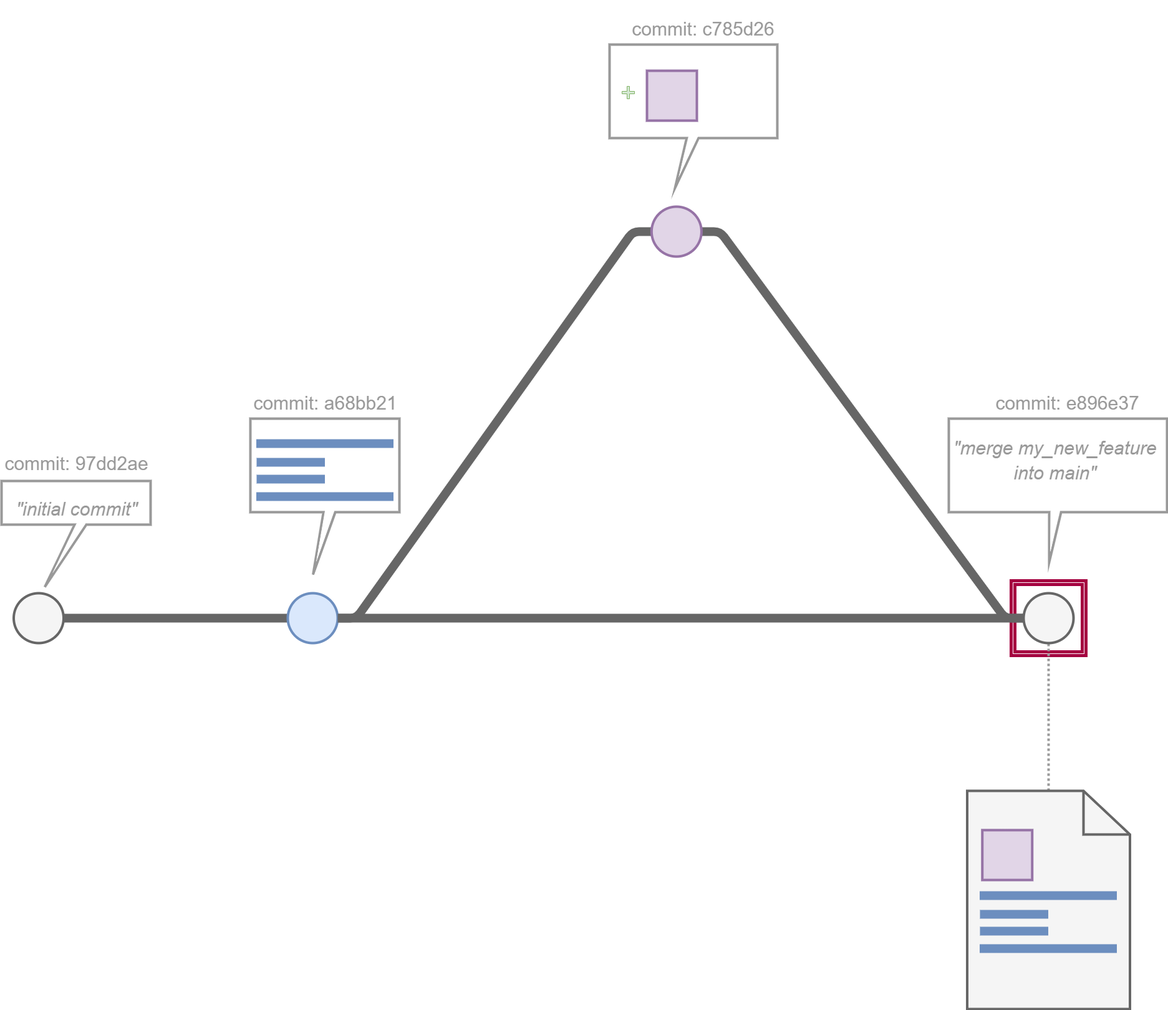
Earlier version of the draw.io export img/merge_diagram.drawio.png (SheCodesAus/what_is_git). Source tidied: cells renumbered, new cells last; positions are measured from the earlier drawing's top-left corner, leaving out a move shared by most shapes.
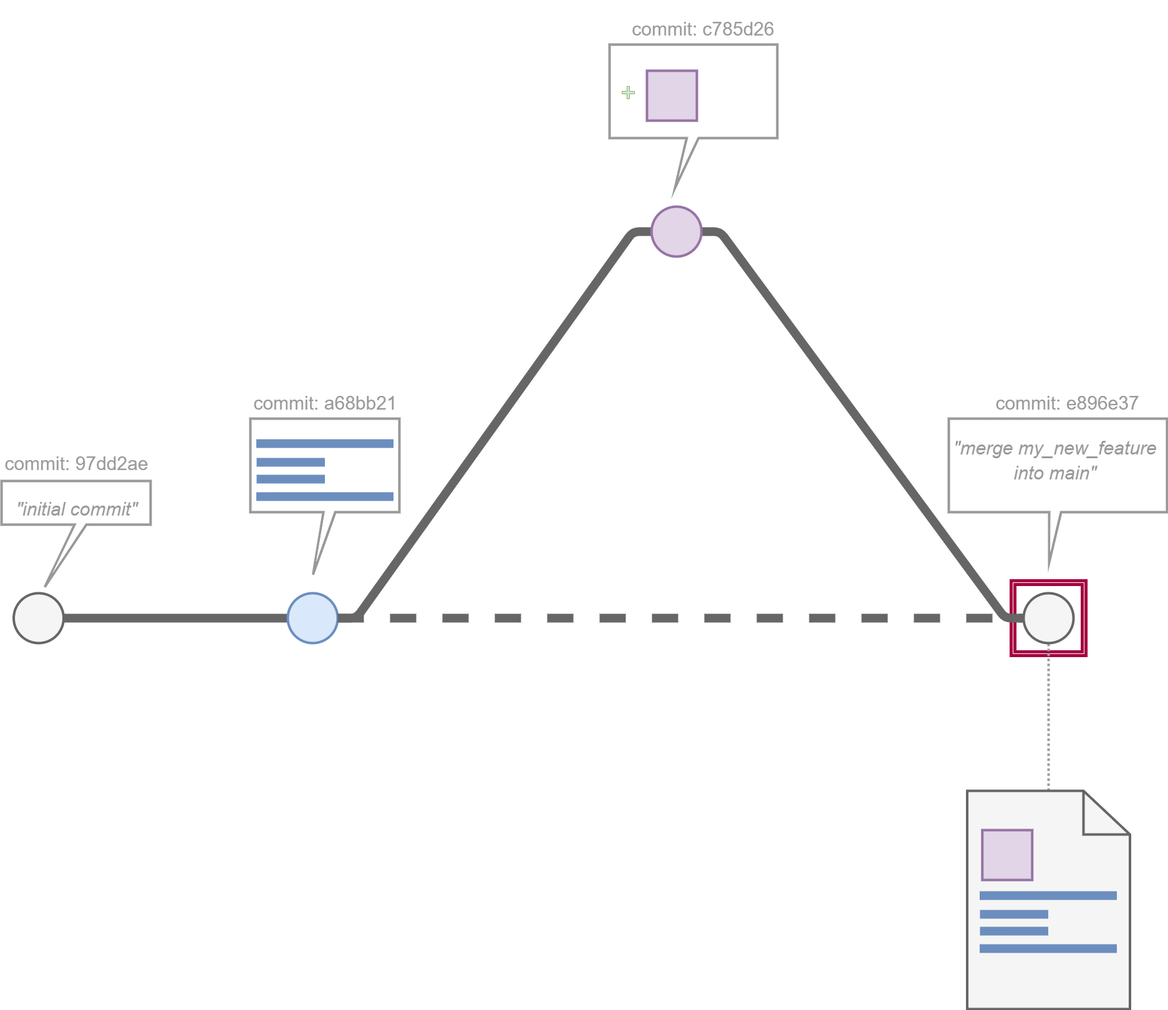
The same diagram one commit later.

Diff of the diagram source:
```diff
@@ -32,7 +32,7 @@
     <mxCell id="11" style="ellipse;whiteSpace=wrap;html=1;strokeWidth=4;fillColor=#dae8fc;strokeColor=#6c8ebf;" parent="1" vertex="1">
       <mxGeometry x="459" y="940" width="80" height="80" as="geometry" />
     </mxCell>
-    <mxCell id="12" style="endArrow=none;html=1;strokeWidth=14;strokeColor=#666666;exitX=1;exitY=0.5;exitDx=0;exitDy=0;edgeStyle=entityRelationEdgeStyle;" parent="1" edge="1" source="11" target="24">
+    <mxCell id="12" style="endArrow=none;html=1;strokeWidth=14;strokeColor=#666666;exitX=1;exitY=0.5;exitDx=0;exitDy=0;edgeStyle=entityRelationEdgeStyle;dashed=1;" parent="1" edge="1" source="11" target="24">
       <mxGeometry relative="1" as="geometry" />
     </mxCell>
     <mxCell id="13" style="shape=callout;whiteSpace=wrap;html=1;perimeter=calloutPerimeter;strokeWidth=4;base=19;size=100;position=0.49;position2=0.29;strokeColor=#999999;" parent="1" vertex="1">
```
